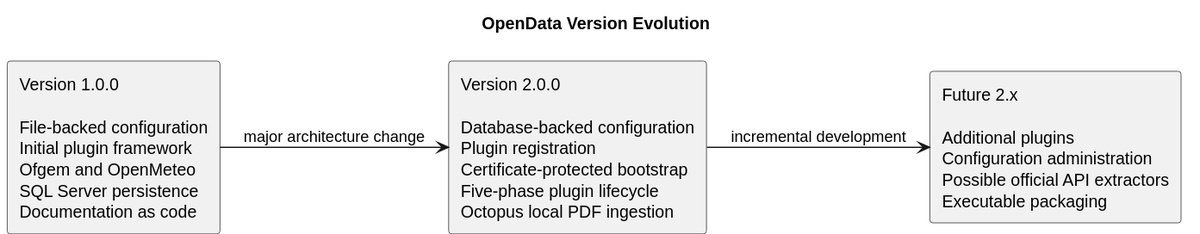
Earlier version of the PlantUML export docs/diagrams/generated/version-evolution.svg (TerryCurranZellis/OpenData). Its source is kept beside it as docs/diagrams/source/version-evolution.puml. Source of this version:
```plantuml
@startuml
!pragma layout smetana
title OpenData Version Evolution
left to right direction
skinparam shadowing false

rectangle "Version 1.0.0\n\nFile-backed configuration\nInitial plugin framework\nOfgem and OpenMeteo\nSQL Server persistence\nDocumentation as code" as V1
rectangle "Version 2.0.0\n\nDatabase-backed configuration\nPlugin registration\nCertificate-protected bootstrap\nFive-phase plugin lifecycle\nOctopus local PDF ingestion" as V2
rectangle "Future 2.x\n\nAdditional plugins\nConfiguration administration\nPossible official API extractors\nExecutable packaging" as Future

V1 --> V2 : major architecture change
V2 --> Future : incremental development
@enduml
```
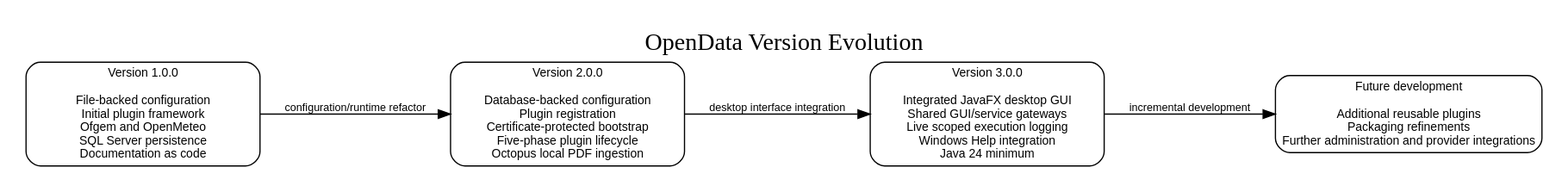
After the change.

What changed in the source:
```diff
@@ -4,10 +4,34 @@
 left to right direction
 skinparam shadowing false
 
-rectangle "Version 1.0.0\n\nFile-backed configuration\nInitial plugin framework\nOfgem and OpenMeteo\nSQL Server persistence\nDocumentation as code" as V1
-rectangle "Version 2.0.0\n\nDatabase-backed configuration\nPlugin registration\nCertificate-protected bootstrap\nFive-phase plugin lifecycle\nOctopus local PDF ingestion" as V2
-rectangle "Future 2.x\n\nAdditional plugins\nConfiguration administration\nPossible official API extractors\nExecutable packaging" as Future
+rectangle "Version 1.0.0
 
-V1 --> V2 : major architecture change
-V2 --> Future : incremental development
+File-backed configuration
+Initial plugin framework
+Ofgem and OpenMeteo
+SQL Server persistence
+Documentation as code" as V1
+rectangle "Version 2.0.0
+
+Database-backed configuration
+Plugin registration
+Certificate-protected bootstrap
+Five-phase plugin lifecycle
+Octopus local PDF ingestion" as V2
+rectangle "Version 3.0.0
+
+Integrated JavaFX desktop GUI
+Shared GUI/service gateways
+Live scoped execution logging
+Windows Help integration
+Java 24 minimum" as V3
+rectangle "Future development
+
+Additional reusable plugins
+Packaging refinements
+Further administration and provider integrations" as Future
+
+V1 --> V2 : configuration/runtime refactor
+V2 --> V3 : desktop interface integration
+V3 --> Future : incremental development
 @enduml
```
